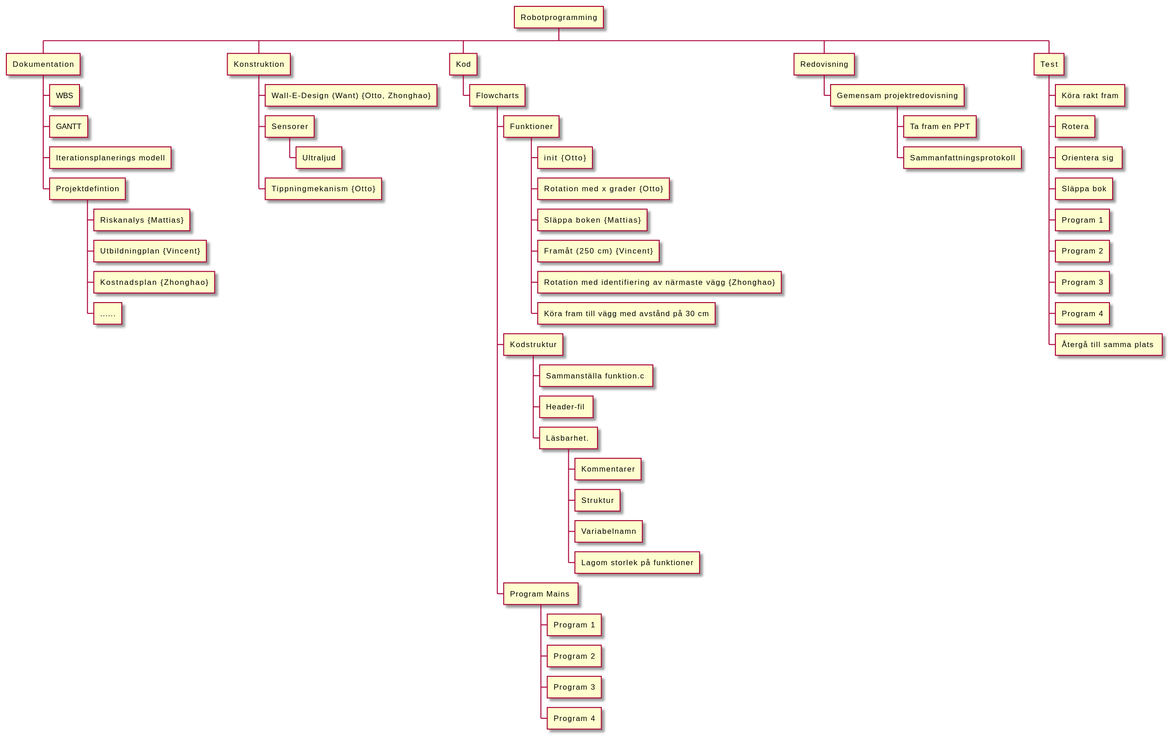
Before: PlantUML/wbs.svg, a diagram exported from PlantUML (MattiasLindgren278/robot_project_18).
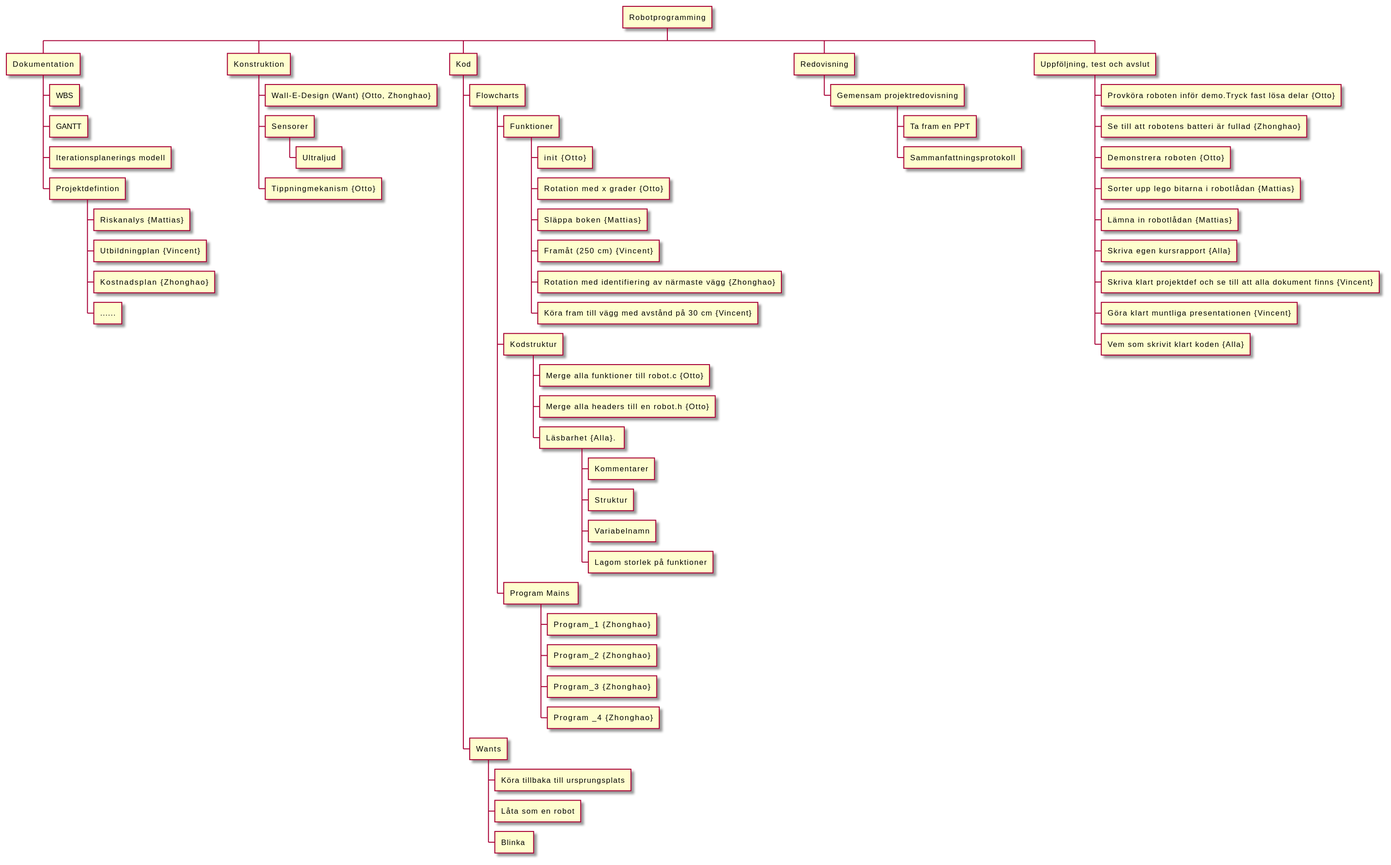
The same diagram one commit later.

Commit message:
uppdatering av wbs

Diff of the diagram source:
```diff
@@ -22,33 +22,37 @@
 ***** Släppa boken {Mattias}
 ***** Framåt (250 cm) {Vincent}
 ***** Rotation med identifiering av närmaste vägg {Zhonghao}
-***** Köra fram till vägg med avstånd på 30 cm
+***** Köra fram till vägg med avstånd på 30 cm {Vincent}
 **** Kodstruktur
-***** Sammanställa funktion.c
-***** Header-fil
-***** Läsbarhet.
+***** Merge alla funktioner till robot.c {Otto}
+***** Merge alla headers till en robot.h {Otto}
+***** Läsbarhet {Alla}.
 ****** Kommentarer
 ****** Struktur
 ****** Variabelnamn
 ****** Lagom storlek på funktioner
 **** Program Mains
-***** Program 1
-***** Program 2
-***** Program 3
-***** Program 4
+***** Program_1 {Zhonghao}
+***** Program_2 {Zhonghao}
+***** Program_3 {Zhonghao}
+***** Program _4 {Zhonghao}
+*** Wants
+**** Köra tillbaka till ursprungsplats
+**** Låta som en robot
+**** Blinka
 ** Redovisning
 *** Gemensam projektredovisning
 **** Ta fram en PPT
 **** Sammanfattningsprotokoll
 
-** Test
-*** Köra rakt fram
-*** Rotera
-*** Orientera sig
-*** Släppa bok
-*** Program 1
-*** Program 2
-*** Program 3
-*** Program 4
-*** Återgå till samma plats
+** Uppföljning, test och avslut
+*** Provköra roboten inför demo.Tryck fast lösa delar {Otto}
+*** Se till att robotens batteri är fullad {Zhonghao}
+*** Demonstrera roboten {Otto}
+*** Sorter upp lego bitarna i robotlådan {Mattias}
+*** Lämna in robotlådan {Mattias}
+*** Skriva egen kursrapport {Alla}
+*** Skriva klart projektdef och se till att alla dokument finns {Vincent}
+*** Göra klart muntliga presentationen {Vincent}
+*** Vem som skrivit klart koden {Alla}
 @endwbs
```
